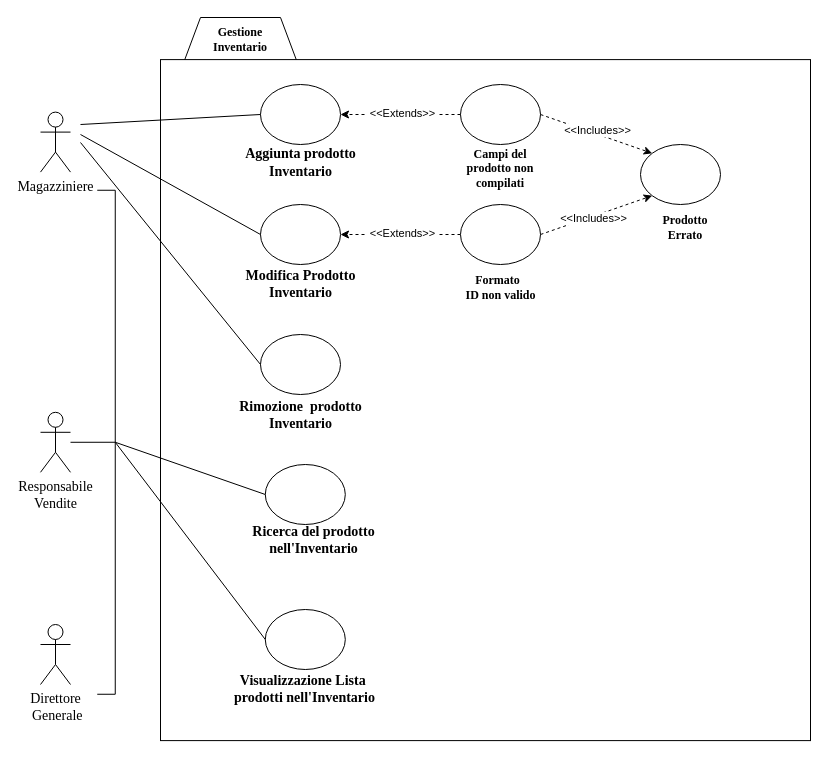
Earlier version of the draw.io diagram Bozze/Diagrammi Casi D'Uso/GestioneInventarioALPHA.drawio (Carmineh/IT-Manager). Source tidied: cells renumbered, new cells numbered last; positions are measured from the earlier drawing's top-left corner, leaving out a move shared by most shapes. Both pictures are drawn from the tidied source at 100%, with x=0, y=0 at pixel (-146, 17).
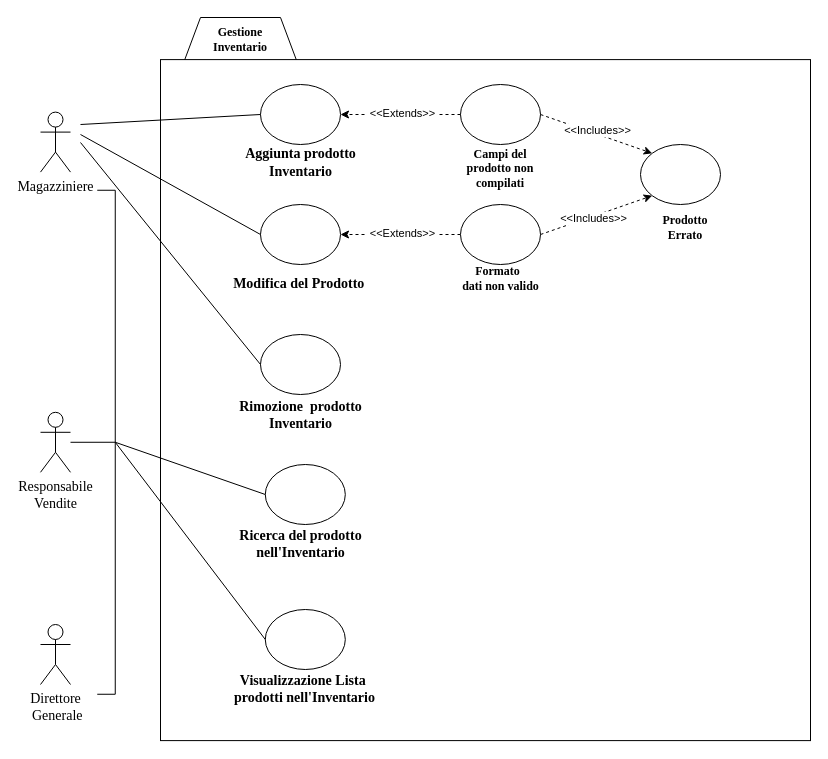
The same page after the edit.

Diff of the diagram source:
```diff
@@
     <mxCell id="7" value="&lt;div&gt;&lt;font face=&quot;Times New Roman&quot;&gt;&lt;span style=&quot;font-size: 14px&quot;&gt;&lt;b&gt;Ricerca del prodotto nell'Inventario&lt;/b&gt;&lt;/span&gt;&lt;/font&gt;&lt;/div&gt;" style="text;html=1;strokeColor=none;fillColor=none;align=center;verticalAlign=middle;whiteSpace=wrap;rounded=0;" parent="1" vertex="1">
-      <mxGeometry x="388.2" y="512.5" width="142.5" height="20" as="geometry" />
+      <mxGeometry x="374.8" y="517" width="142.5" height="20" as="geometry" />
     </mxCell>
@@
-    <mxCell id="17" value="&lt;b style=&quot;font-family: &amp;#34;times new roman&amp;#34; ; font-size: 14px&quot;&gt;Modifica Prodotto Inventario&lt;br&gt;&lt;/b&gt;" style="text;html=1;strokeColor=none;fillColor=none;align=center;verticalAlign=middle;whiteSpace=wrap;rounded=0;" parent="1" vertex="1">
+    <mxCell id="17" value="&lt;b style=&quot;font-family: &amp;#34;times new roman&amp;#34; ; font-size: 14px&quot;&gt;Modifica del Prodotto&amp;nbsp;&lt;br&gt;&lt;/b&gt;" style="text;html=1;strokeColor=none;fillColor=none;align=center;verticalAlign=middle;whiteSpace=wrap;rounded=0;" parent="1" vertex="1">
       <mxGeometry x="373.5" y="257" width="145" height="20" as="geometry" />
     </mxCell>
@@
-    <mxCell id="29" value="&lt;font face=&quot;Times New Roman&quot;&gt;&lt;b&gt;Formato &amp;nbsp;&lt;br&gt;ID non valido&lt;/b&gt;&lt;/font&gt;" style="text;html=1;strokeColor=none;fillColor=none;align=center;verticalAlign=bottom;whiteSpace=wrap;rounded=0;" parent="1" vertex="1">
-      <mxGeometry x="573.5" y="267" width="145" height="20" as="geometry" />
+    <mxCell id="29" value="&lt;font face=&quot;Times New Roman&quot;&gt;&lt;b&gt;Formato &amp;nbsp;&lt;br&gt;dati non valido&lt;/b&gt;&lt;/font&gt;" style="text;html=1;strokeColor=none;fillColor=none;align=center;verticalAlign=bottom;whiteSpace=wrap;rounded=0;" parent="1" vertex="1">
+      <mxGeometry x="573.5" y="258" width="145" height="20" as="geometry" />
     </mxCell>
```
